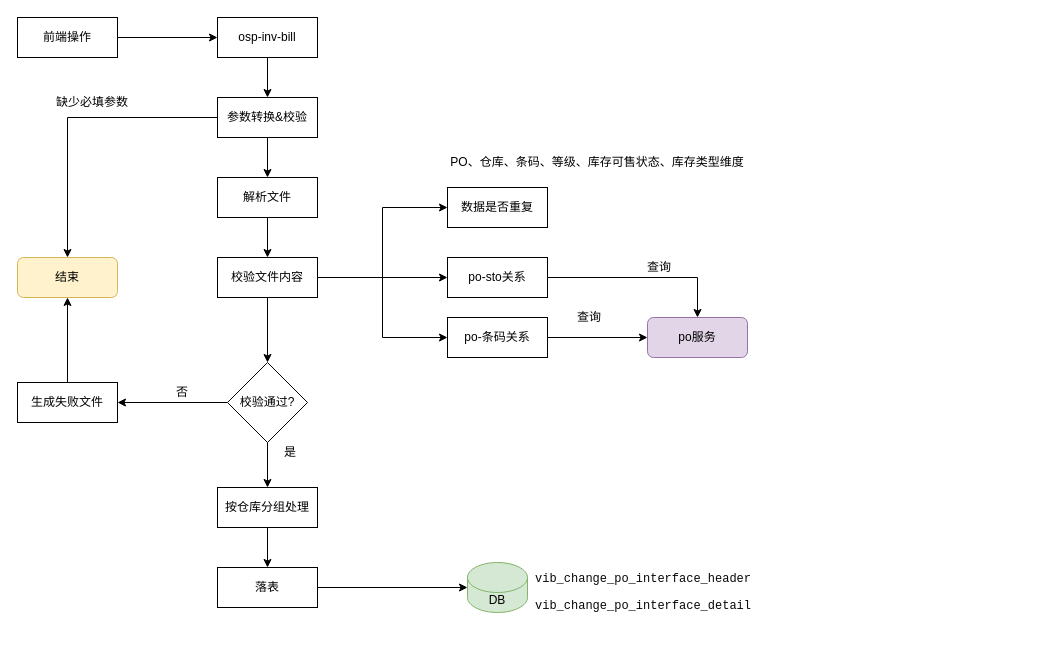
vvhard/draw_io keeps this draw.io diagram as 换PO换主体.drawio. Above is the earlier version. Source tidied: cells renumbered, new cells numbered last; positions are measured from the earlier drawing's top-left corner, leaving out a move shared by most shapes. Both pictures are drawn from the tidied source at 100%, with x=0, y=0 at pixel (17, 17).
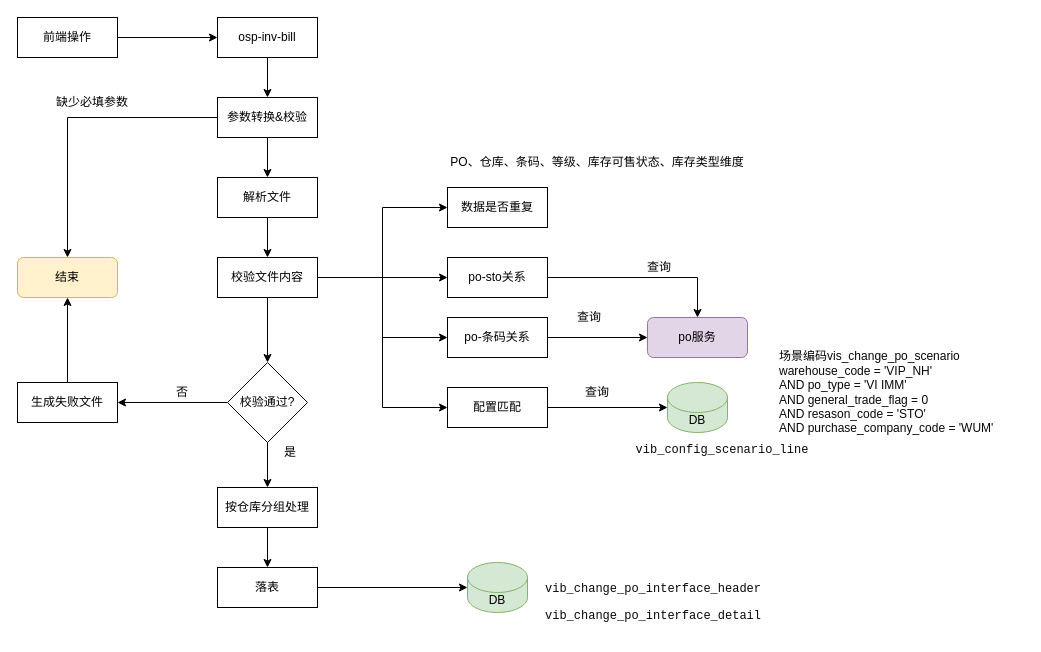
The same page after the edit.

Commit message:
更新换PO换主体.drawio

Unchanged cells that the change refers to:
```xml
<mxCell id="14" value="校验文件内容" style="rounded=0;whiteSpace=wrap;html=1;" parent="1" vertex="1">
  <mxGeometry x="200" y="240" width="100" height="40" as="geometry" />
</mxCell>
```

The edit, as a diff of the source:
```diff
@@
+    <mxCell id="40" style="edgeStyle=orthogonalEdgeStyle;rounded=0;jettySize=auto;html=1;entryX=0;entryY=0.5;entryDx=0;entryDy=0;" parent="1" edge="1" source="14" target="41">
+      <mxGeometry relative="1" as="geometry" />
+    </mxCell>
@@
-    <mxCell id="29" value="&lt;pre style=&quot;font-size: 9pt; text-align: left; font-family: &amp;quot;JetBrains Mono&amp;quot;, monospace;&quot;&gt;&lt;font style=&quot;color: rgb(8, 8, 8);&quot;&gt;vib_change_po_interface_header&lt;/font&gt;&lt;/pre&gt;&lt;pre style=&quot;font-size: 9pt; text-align: left; font-family: &amp;quot;JetBrains Mono&amp;quot;, monospace;&quot;&gt;&lt;pre style=&quot;font-family: &amp;quot;JetBrains Mono&amp;quot;, monospace; font-size: 9pt;&quot;&gt;&lt;span style=&quot;color: rgb(6, 125, 23);&quot;&gt;&lt;font style=&quot;color: rgb(8, 8, 8);&quot;&gt;vib_change_po_interface_detail&lt;/font&gt;&lt;/span&gt;&lt;/pre&gt;&lt;/pre&gt;" style="text;html=1;align=center;verticalAlign=middle;whiteSpace=wrap;rounded=0;" parent="1" vertex="1">
-      <mxGeometry x="530" y="550" width="192" height="50" as="geometry" />
+    <mxCell id="29" value="&lt;pre style=&quot;font-size: 9pt; text-align: left; font-family: &amp;quot;JetBrains Mono&amp;quot;, monospace;&quot;&gt;&lt;div&gt;&lt;pre style=&quot;font-family: &amp;quot;JetBrains Mono&amp;quot;, monospace; font-size: 9pt;&quot;&gt;&lt;span&gt;&lt;font style=&quot;color: rgb(8, 8, 8);&quot;&gt;vib_config_scenario_line&lt;/font&gt;&lt;/span&gt;&lt;/pre&gt;&lt;/div&gt;&lt;/pre&gt;" style="text;html=1;align=center;verticalAlign=middle;whiteSpace=wrap;rounded=0;" parent="1" vertex="1">
+      <mxGeometry x="630" y="425" width="150" height="15" as="geometry" />
     </mxCell>
@@
+    <mxCell id="41" value="配置匹配" style="rounded=0;whiteSpace=wrap;html=1;" parent="1" vertex="1">
+      <mxGeometry x="430" y="370" width="100" height="40" as="geometry" />
+    </mxCell>
+    <mxCell id="42" value="DB" style="shape=cylinder3;whiteSpace=wrap;html=1;boundedLbl=1;backgroundOutline=1;size=15;fillColor=#d5e8d4;strokeColor=#82b366;" parent="1" vertex="1">
+      <mxGeometry x="650" y="365" width="60" height="50" as="geometry" />
+    </mxCell>
+    <mxCell id="43" style="edgeStyle=orthogonalEdgeStyle;rounded=0;jettySize=auto;html=1;entryX=0;entryY=0.5;entryDx=0;entryDy=0;entryPerimeter=0;" parent="1" edge="1" source="41" target="42">
+      <mxGeometry relative="1" as="geometry" />
+    </mxCell>
+    <mxCell id="44" value="&lt;font face=&quot;Helvetica&quot;&gt;&lt;span style=&quot;font-size: 9pt; background-color: rgb(255, 255, 255);&quot;&gt;场景编码&lt;/span&gt;&lt;span style=&quot;color: light-dark(rgb(8, 8, 8), rgb(230, 230, 230)); font-size: 9pt; background-color: transparent;&quot;&gt;vis_change_po_scenario&lt;/span&gt;&lt;/font&gt;&lt;div&gt;&lt;span style=&quot;background-color: transparent;&quot;&gt;&lt;font face=&quot;Helvetica&quot; color=&quot;#080808&quot;&gt;warehouse_code = 'VIP_NH'&amp;nbsp;&lt;/font&gt;&lt;/span&gt;&lt;/div&gt;&lt;div&gt;&lt;span style=&quot;background-color: transparent;&quot;&gt;&lt;font face=&quot;Helvetica&quot; color=&quot;#080808&quot;&gt;AND po_type = 'VI IMM'&amp;nbsp;&lt;/font&gt;&lt;/span&gt;&lt;/div&gt;&lt;div&gt;&lt;span style=&quot;background-color: transparent;&quot;&gt;&lt;font face=&quot;Helvetica&quot; color=&quot;#080808&quot;&gt;AND general_trade_flag = 0&lt;/font&gt;&lt;/span&gt;&lt;/div&gt;&lt;div&gt;&lt;span style=&quot;background-color: transparent;&quot;&gt;&lt;font face=&quot;Helvetica&quot; color=&quot;#080808&quot;&gt;AND resason_code = 'STO'&amp;nbsp;&lt;/font&gt;&lt;/span&gt;&lt;/div&gt;&lt;div&gt;&lt;span style=&quot;background-color: transparent;&quot;&gt;&lt;font face=&quot;Helvetica&quot; color=&quot;#080808&quot;&gt;AND purchase_company_code = 'WUM'&lt;/font&gt;&lt;br&gt;&lt;/span&gt;&lt;/div&gt;" style="text;html=1;align=left;verticalAlign=middle;whiteSpace=wrap;rounded=0;" parent="1" vertex="1">
+      <mxGeometry x="760" y="332.5" width="246" height="85" as="geometry" />
+    </mxCell>
+    <mxCell id="45" value="&lt;pre style=&quot;font-size: 9pt; text-align: left; font-family: &amp;quot;JetBrains Mono&amp;quot;, monospace;&quot;&gt;&lt;font style=&quot;color: rgb(8, 8, 8);&quot;&gt;vib_change_po_interface_header&lt;/font&gt;&lt;/pre&gt;&lt;pre style=&quot;font-size: 9pt; text-align: left; font-family: &amp;quot;JetBrains Mono&amp;quot;, monospace;&quot;&gt;&lt;pre style=&quot;font-family: &amp;quot;JetBrains Mono&amp;quot;, monospace; font-size: 9pt;&quot;&gt;&lt;span style=&quot;color: rgb(6, 125, 23);&quot;&gt;&lt;font style=&quot;color: rgb(8, 8, 8);&quot;&gt;vib_change_po_interface_detail&lt;/font&gt;&lt;/span&gt;&lt;/pre&gt;&lt;/pre&gt;" style="text;html=1;align=center;verticalAlign=middle;whiteSpace=wrap;rounded=0;" parent="1" vertex="1">
+      <mxGeometry x="540" y="560" width="192" height="50" as="geometry" />
+    </mxCell>
+    <mxCell id="46" value="查询" style="text;html=1;align=center;verticalAlign=middle;whiteSpace=wrap;rounded=0;" parent="1" vertex="1">
+      <mxGeometry x="558" y="365" width="44" height="20" as="geometry" />
+    </mxCell>
```
